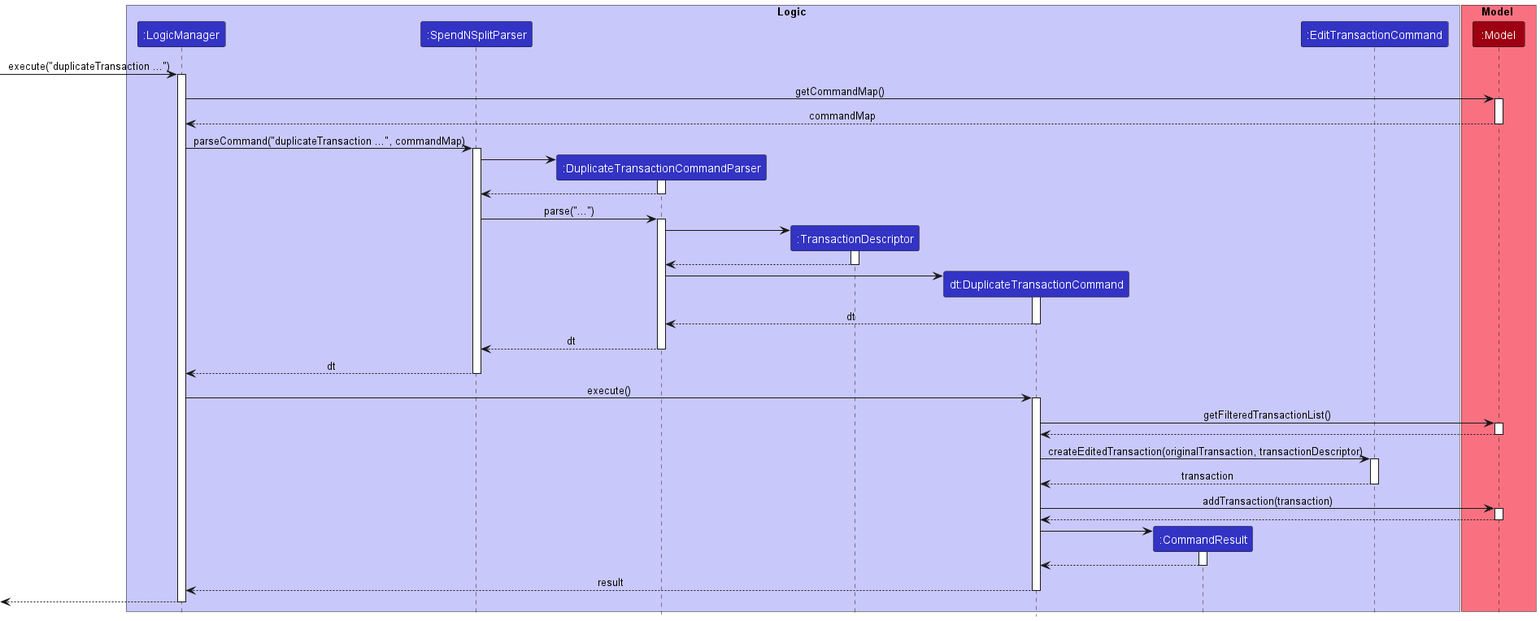
Above: docs/images/DuplicateTransactionSequenceDiagram.png in nus-cs2103-AY2324S1/tp (PlantUML), before the change. The source it was exported from:
```plantuml
@startuml
!include style.puml
skinparam ArrowFontStyle plain

box Logic LOGIC_COLOR_T1
participant ":LogicManager" as LogicManager LOGIC_COLOR
participant ":SpendNSplitParser" as SpendNSplitParser LOGIC_COLOR
participant ":DuplicateTransactionCommandParser" as DuplicateTransactionCommandParser LOGIC_COLOR
participant ":TransactionDescriptor" as TransactionDescriptor LOGIC_COLOR
participant "dt:DuplicateTransactionCommand" as DuplicateTransactionCommand LOGIC_COLOR
participant ":CommandResult" as CommandResult LOGIC_COLOR
participant ":EditTransactionCommand" as EditTransactionCommand LOGIC_COLOR
end box

box Model MODEL_COLOR_T1
participant ":Model" as Model MODEL_COLOR
end box

[-> LogicManager : execute("duplicateTransaction ...")
activate LogicManager

LogicManager -> Model : getCommandMap()
activate Model
Model --> LogicManager : commandMap
deactivate Model

LogicManager -> SpendNSplitParser : parseCommand("duplicateTransaction ...", commandMap)
activate SpendNSplitParser

create DuplicateTransactionCommandParser
SpendNSplitParser -> DuplicateTransactionCommandParser
activate DuplicateTransactionCommandParser

DuplicateTransactionCommandParser --> SpendNSplitParser
deactivate DuplicateTransactionCommandParser

SpendNSplitParser -> DuplicateTransactionCommandParser : parse("...")
activate DuplicateTransactionCommandParser

create TransactionDescriptor
DuplicateTransactionCommandParser -> TransactionDescriptor
activate TransactionDescriptor

TransactionDescriptor --> DuplicateTransactionCommandParser
deactivate TransactionDescriptor

create DuplicateTransactionCommand
DuplicateTransactionCommandParser -> DuplicateTransactionCommand
activate DuplicateTransactionCommand

DuplicateTransactionCommand --> DuplicateTransactionCommandParser : dt
deactivate DuplicateTransactionCommand

DuplicateTransactionCommandParser --> SpendNSplitParser : dt
deactivate DuplicateTransactionCommandParser

SpendNSplitParser --> LogicManager : dt
deactivate SpendNSplitParser

LogicManager -> DuplicateTransactionCommand : execute()
activate DuplicateTransactionCommand

DuplicateTransactionCommand -> Model : getFilteredTransactionList()
activate Model

Model --> DuplicateTransactionCommand
deactivate Model

DuplicateTransactionCommand -> EditTransactionCommand : createEditedTransaction(originalTransaction, transactionDescriptor)
activate EditTransactionCommand

EditTransactionCommand --> DuplicateTransactionCommand : transaction
deactivate EditTransactionCommand

DuplicateTransactionCommand -> Model : addTransaction(transaction)
activate Model

Model --> DuplicateTransactionCommand
deactivate Model

create CommandResult
DuplicateTransactionCommand -> CommandResult
activate CommandResult

CommandResult --> DuplicateTransactionCommand
deactivate CommandResult

DuplicateTransactionCommand --> LogicManager : result
deactivate DuplicateTransactionCommand

[<--LogicManager
deactivate LogicManager
@enduml
```
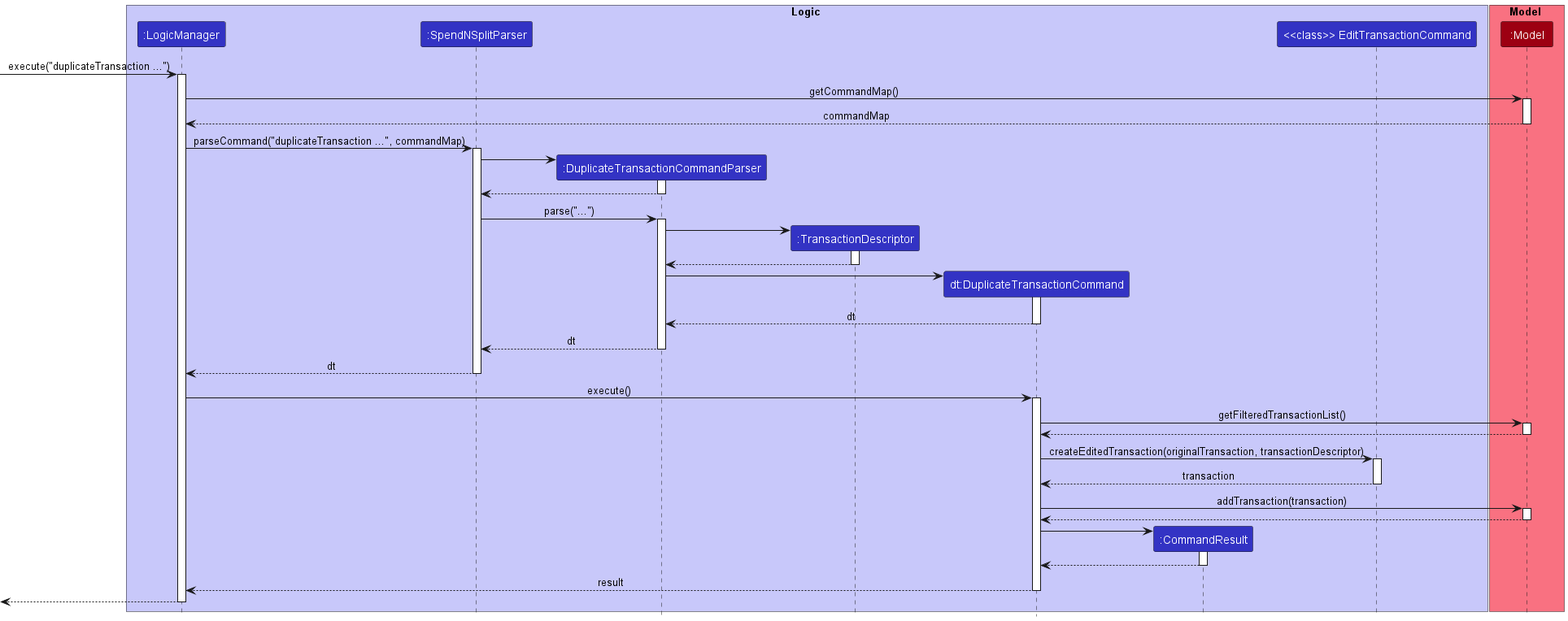
Later version of the same file.

Commit message:
Reflect static classes in sequence diagrams

The edit, as a diff of the source:
```diff
@@ -9,7 +9,7 @@
 participant ":TransactionDescriptor" as TransactionDescriptor LOGIC_COLOR
 participant "dt:DuplicateTransactionCommand" as DuplicateTransactionCommand LOGIC_COLOR
 participant ":CommandResult" as CommandResult LOGIC_COLOR
-participant ":EditTransactionCommand" as EditTransactionCommand LOGIC_COLOR
+participant "<<class>> EditTransactionCommand" as EditTransactionCommand LOGIC_COLOR
 end box
 
 box Model MODEL_COLOR_T1
```
